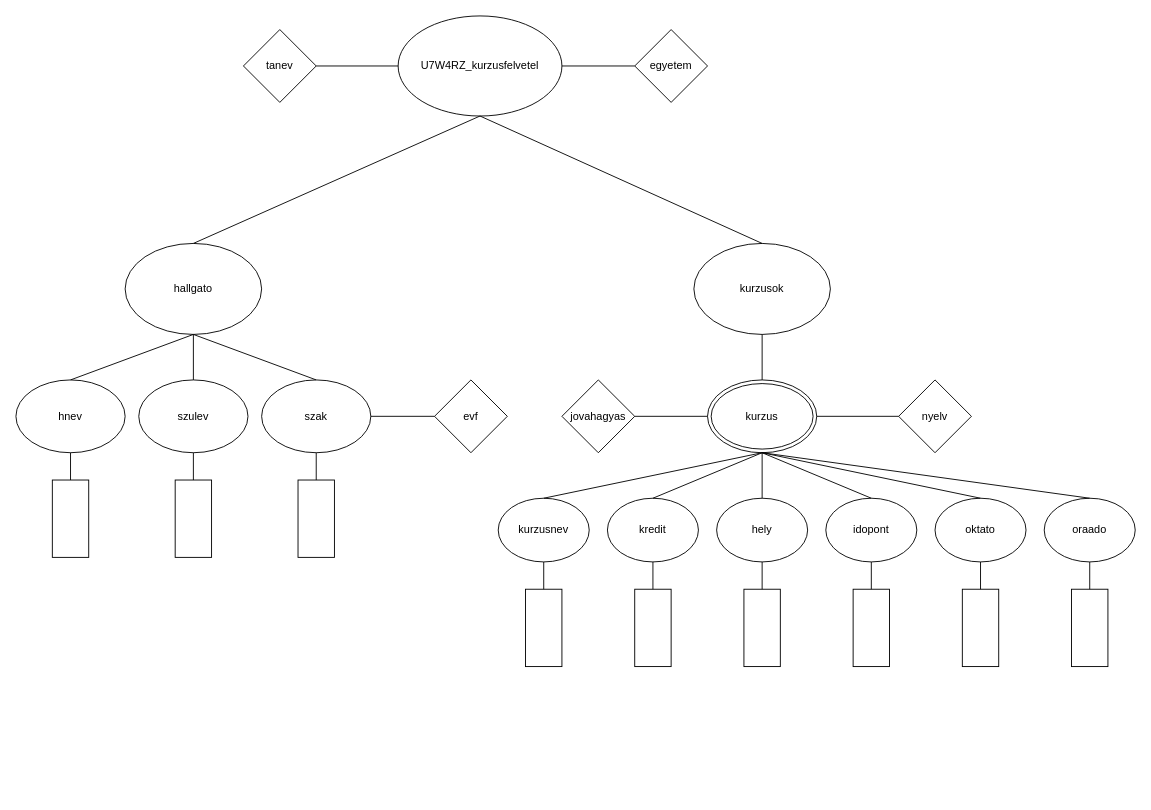
Before: U7W4RZ_1008/U7W4RZ_orarend.drawio in Valkenzo/U7W4RZWebXML, a draw.io diagram. Source tidied: cells renumbered, new cells numbered last; positions are measured from the earlier drawing's top-left corner, leaving out a move shared by most shapes. Both pictures are drawn from the tidied source at 91%, with x=0, y=0 at pixel (15, 15).
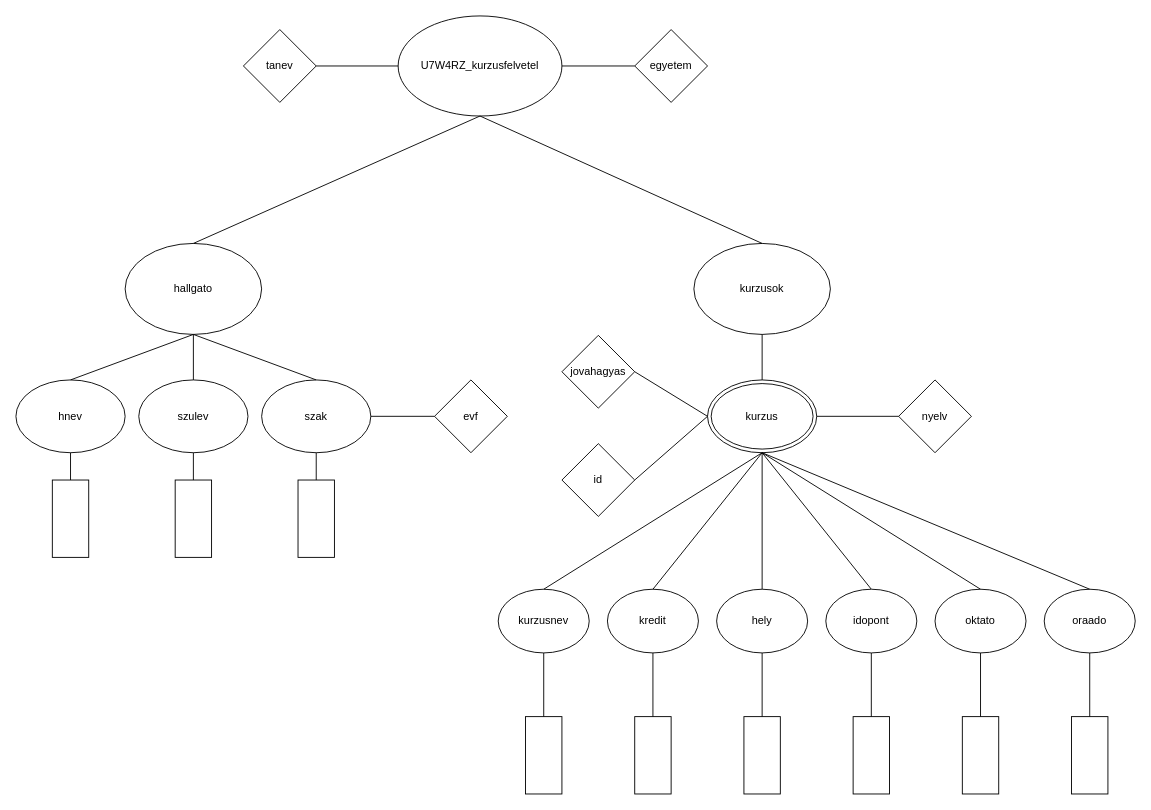
Above is the later version.

Commit message:
Update diagram layout and adjust element positioning in U7W4RZ_orarend.drawio

Unchanged cells that the change refers to:
```xml
<mxCell id="25" value="kurzus" style="ellipse;shape=doubleEllipse;whiteSpace=wrap;html=1;" parent="1" vertex="1">
  <mxGeometry x="760" y="400" width="120" height="80" as="geometry" />
</mxCell>
```

What changed in the source:
```diff
@@
     <mxCell id="27" value="jovahagyas" style="rhombus;whiteSpace=wrap;html=1;" parent="1" vertex="1">
-      <mxGeometry x="600" y="400" width="80" height="80" as="geometry" />
+      <mxGeometry x="600" y="351" width="80" height="80" as="geometry" />
     </mxCell>
@@
     <mxCell id="31" value="kurzusnev" style="ellipse;whiteSpace=wrap;html=1;" parent="1" vertex="1">
-      <mxGeometry x="530" y="530" width="100" height="70" as="geometry" />
+      <mxGeometry x="530" y="630" width="100" height="70" as="geometry" />
     </mxCell>
     <mxCell id="32" value="kredit" style="ellipse;whiteSpace=wrap;html=1;" parent="1" vertex="1">
-      <mxGeometry x="650" y="530" width="100" height="70" as="geometry" />
+      <mxGeometry x="650" y="630" width="100" height="70" as="geometry" />
     </mxCell>
-    <mxCell id="33" value="hely" style="ellipse;whiteSpace=wrap;html=1;" parent="1" vertex="1">
-      <mxGeometry x="770" y="530" width="100" height="70" as="geometry" />
-    </mxCell>
-    <mxCell id="34" value="idopont" style="ellipse;whiteSpace=wrap;html=1;" parent="1" vertex="1">
-      <mxGeometry x="890" y="530" width="100" height="70" as="geometry" />
-    </mxCell>
     <mxCell id="35" value="oraado" style="ellipse;whiteSpace=wrap;html=1;" parent="1" vertex="1">
-      <mxGeometry x="1130" y="530" width="100" height="70" as="geometry" />
+      <mxGeometry x="1130" y="630" width="100" height="70" as="geometry" />
     </mxCell>
     <mxCell id="36" value="oktato" style="ellipse;whiteSpace=wrap;html=1;" parent="1" vertex="1">
-      <mxGeometry x="1010" y="530" width="100" height="70" as="geometry" />
+      <mxGeometry x="1010" y="630" width="100" height="70" as="geometry" />
     </mxCell>
-    <mxCell id="37" style="endArrow=none;html=1;rounded=0;entryX=0.5;entryY=1;entryDx=0;entryDy=0;exitX=0.5;exitY=0;exitDx=0;exitDy=0;" parent="1" edge="1" target="25">
-      <mxGeometry relative="1" as="geometry">
-        <mxPoint x="580" y="530" as="sourcePoint" />
-      </mxGeometry>
+    <mxCell id="37" style="endArrow=none;html=1;rounded=0;entryX=0.5;entryY=1;entryDx=0;entryDy=0;exitX=0.5;exitY=0;exitDx=0;exitDy=0;" parent="1" edge="1" source="31" target="25">
+      <mxGeometry relative="1" as="geometry" />
     </mxCell>
@@
     <mxCell id="43" style="rounded=0;whiteSpace=wrap;html=1;direction=south;" parent="1" vertex="1">
-      <mxGeometry x="560" y="630" width="40" height="85" as="geometry" />
+      <mxGeometry x="560" y="770" width="40" height="85" as="geometry" />
     </mxCell>
-    <mxCell id="44" style="endArrow=none;html=1;rounded=0;entryX=0.5;entryY=1;entryDx=0;entryDy=0;exitX=0;exitY=0.5;exitDx=0;exitDy=0;" parent="1" edge="1" source="43">
-      <mxGeometry relative="1" as="geometry">
-        <mxPoint x="580" y="600" as="targetPoint" />
-      </mxGeometry>
+    <mxCell id="44" style="endArrow=none;html=1;rounded=0;exitX=0;exitY=0.5;exitDx=0;exitDy=0;entryX=0.5;entryY=1;entryDx=0;entryDy=0;" parent="1" edge="1" source="43" target="31">
+      <mxGeometry relative="1" as="geometry" />
     </mxCell>
     <mxCell id="45" style="rounded=0;whiteSpace=wrap;html=1;direction=south;" parent="1" vertex="1">
-      <mxGeometry x="680" y="630" width="40" height="85" as="geometry" />
+      <mxGeometry x="680" y="770" width="40" height="85" as="geometry" />
     </mxCell>
-    <mxCell id="46" style="endArrow=none;html=1;rounded=0;entryX=0.5;entryY=1;entryDx=0;entryDy=0;exitX=0;exitY=0.5;exitDx=0;exitDy=0;" parent="1" edge="1" source="45">
-      <mxGeometry relative="1" as="geometry">
-        <mxPoint x="700" y="600" as="targetPoint" />
-      </mxGeometry>
+    <mxCell id="46" style="endArrow=none;html=1;rounded=0;exitX=0;exitY=0.5;exitDx=0;exitDy=0;entryX=0.5;entryY=1;entryDx=0;entryDy=0;" parent="1" edge="1" source="45" target="32">
+      <mxGeometry relative="1" as="geometry" />
     </mxCell>
     <mxCell id="47" style="rounded=0;whiteSpace=wrap;html=1;direction=south;" parent="1" vertex="1">
-      <mxGeometry x="800" y="630" width="40" height="85" as="geometry" />
+      <mxGeometry x="800" y="770" width="40" height="85" as="geometry" />
     </mxCell>
-    <mxCell id="48" style="endArrow=none;html=1;rounded=0;entryX=0.5;entryY=1;entryDx=0;entryDy=0;exitX=0;exitY=0.5;exitDx=0;exitDy=0;" parent="1" edge="1" source="47">
-      <mxGeometry relative="1" as="geometry">
-        <mxPoint x="820" y="600" as="targetPoint" />
-      </mxGeometry>
-    </mxCell>
     <mxCell id="49" style="rounded=0;whiteSpace=wrap;html=1;direction=south;" parent="1" vertex="1">
-      <mxGeometry x="1040" y="630" width="40" height="85" as="geometry" />
+      <mxGeometry x="1040" y="770" width="40" height="85" as="geometry" />
     </mxCell>
-    <mxCell id="50" style="endArrow=none;html=1;rounded=0;entryX=0.5;entryY=1;entryDx=0;entryDy=0;exitX=0;exitY=0.5;exitDx=0;exitDy=0;" parent="1" edge="1" source="49">
-      <mxGeometry relative="1" as="geometry">
-        <mxPoint x="1060" y="600" as="targetPoint" />
-      </mxGeometry>
+    <mxCell id="50" style="endArrow=none;html=1;rounded=0;exitX=0;exitY=0.5;exitDx=0;exitDy=0;entryX=0.5;entryY=1;entryDx=0;entryDy=0;" parent="1" edge="1" source="49" target="36">
+      <mxGeometry relative="1" as="geometry" />
     </mxCell>
     <mxCell id="51" style="rounded=0;whiteSpace=wrap;html=1;direction=south;" parent="1" vertex="1">
-      <mxGeometry x="1160" y="630" width="40" height="85" as="geometry" />
+      <mxGeometry x="1160" y="770" width="40" height="85" as="geometry" />
     </mxCell>
-    <mxCell id="52" style="endArrow=none;html=1;rounded=0;entryX=0.5;entryY=1;entryDx=0;entryDy=0;exitX=0;exitY=0.5;exitDx=0;exitDy=0;" parent="1" edge="1" source="51">
+    <mxCell id="52" style="endArrow=none;html=1;rounded=0;exitX=0;exitY=0.5;exitDx=0;exitDy=0;" parent="1" edge="1" source="51">
       <mxGeometry relative="1" as="geometry">
-        <mxPoint x="1180" y="600" as="targetPoint" />
+        <mxPoint x="1180" y="700" as="targetPoint" />
       </mxGeometry>
     </mxCell>
     <mxCell id="53" style="rounded=0;whiteSpace=wrap;html=1;direction=south;" parent="1" vertex="1">
-      <mxGeometry x="920" y="630" width="40" height="85" as="geometry" />
+      <mxGeometry x="920" y="770" width="40" height="85" as="geometry" />
     </mxCell>
-    <mxCell id="54" style="endArrow=none;html=1;rounded=0;entryX=0.5;entryY=1;entryDx=0;entryDy=0;exitX=0;exitY=0.5;exitDx=0;exitDy=0;" parent="1" edge="1" source="53">
-      <mxGeometry relative="1" as="geometry">
-        <mxPoint x="940" y="600" as="targetPoint" />
-      </mxGeometry>
-    </mxCell>
+    <mxCell id="55" value="id" style="rhombus;whiteSpace=wrap;html=1;" parent="1" vertex="1">
+      <mxGeometry x="600" y="470" width="80" height="80" as="geometry" />
+    </mxCell>
+    <mxCell id="56" style="endArrow=none;html=1;rounded=0;entryX=0.5;entryY=1;entryDx=0;entryDy=0;exitX=0;exitY=0.5;exitDx=0;exitDy=0;" parent="1" edge="1" source="47" target="33">
+      <mxGeometry relative="1" as="geometry" />
+    </mxCell>
+    <mxCell id="33" value="hely" style="ellipse;whiteSpace=wrap;html=1;" parent="1" vertex="1">
+      <mxGeometry x="770" y="630" width="100" height="70" as="geometry" />
+    </mxCell>
+    <mxCell id="57" style="endArrow=none;html=1;rounded=0;entryX=0.5;entryY=1;entryDx=0;entryDy=0;exitX=0;exitY=0.5;exitDx=0;exitDy=0;" parent="1" edge="1" source="53" target="34">
+      <mxGeometry relative="1" as="geometry" />
+    </mxCell>
+    <mxCell id="34" value="idopont" style="ellipse;whiteSpace=wrap;html=1;" parent="1" vertex="1">
+      <mxGeometry x="890" y="630" width="100" height="70" as="geometry" />
+    </mxCell>
+    <mxCell id="58" style="endArrow=none;html=1;rounded=0;entryX=0;entryY=0.5;entryDx=0;entryDy=0;" parent="1" edge="1" target="25">
+      <mxGeometry relative="1" as="geometry">
+        <mxPoint x="680" y="510" as="sourcePoint" />
+      </mxGeometry>
+    </mxCell>
```
